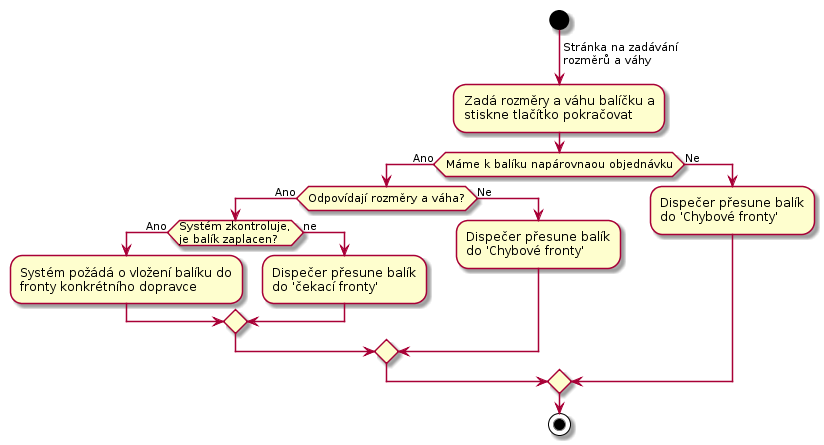
Earlier version of the PlantUML export docs/diagrams/out/uc-21-activity-3.png (Internet-Handel/postman).
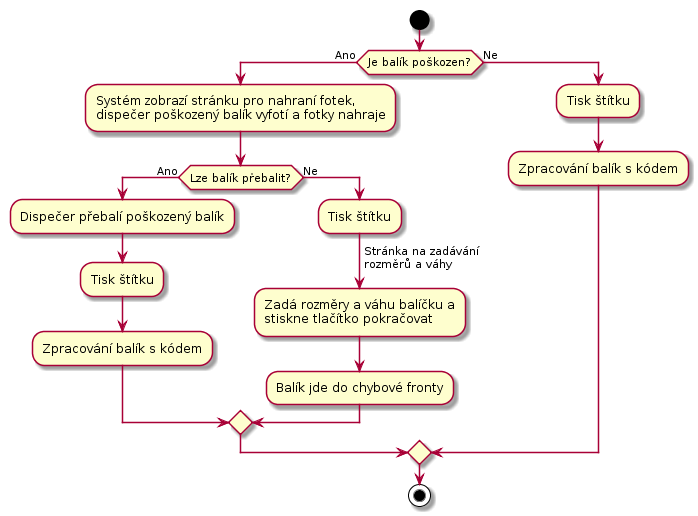
Above is the later version.

Diff of the diagram source:
```diff
@@ -1,26 +1,24 @@
 @startuml
 start
--> Stránka na zadávání\nrozměrů a váhy;
-:Zadá rozměry a váhu balíčku a
-stiskne tlačítko pokračovat;
 
-if (Máme k balíku napárovnaou objednávku) then (Ano)
+if (Je balík poškozen?) then (Ano)
+    :Systém zobrazí stránku pro nahraní fotek,
+    dispečer poškozený balík vyfotí a fotky nahraje;
 
-    if (Odpovídají rozměry a váha?) then (Ano)
-        if (Systém zkontroluje,\nje balík zaplacen?) then (Ano)
-            :Systém požádá o vložení balíku do
-            fronty konkrétního dopravce;
-        else (ne)
-            :Dispečer přesune balík
-            do 'čekací fronty';
-        endif
+    if (Lze balík přebalit?) then (Ano)
+        :Dispečer přebalí poškozený balík;
+        :Tisk štítku;
+        :Zpracování balík s kódem;
     else (Ne)
-        :Dispečer přesune balík
-        do 'Chybové fronty';
+        :Tisk štítku;
+        -> Stránka na zadávání\nrozměrů a váhy;
+        :Zadá rozměry a váhu balíčku a
+        stiskne tlačítko pokračovat;
+        :Balík jde do chybové fronty;
     endif
 else (Ne)
-    :Dispečer přesune balík
-    do 'Chybové fronty';
+    :Tisk štítku;
+    :Zpracování balík s kódem;
 endif
 
 stop
```
